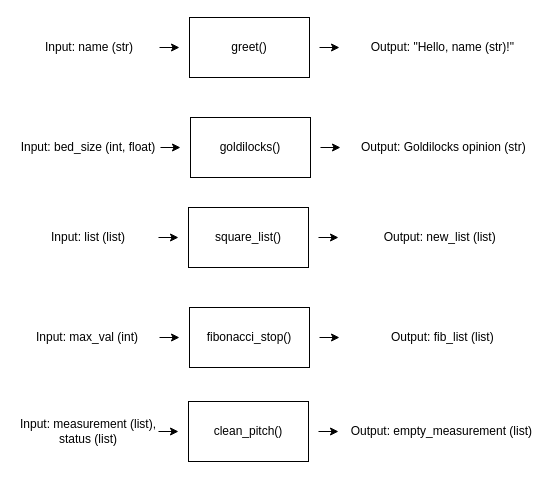
DTUWindEducation/p0-intro-team-6 keeps this draw.io diagram as preclass_assignment/FunctionDiagram.drawio. Above is the earlier version. Source tidied: cells renumbered, new cells numbered last; positions are measured from the earlier drawing's top-left corner, leaving out a move shared by most shapes. Both pictures are drawn from the tidied source at 100%, with x=0, y=0 at pixel (17, 17).
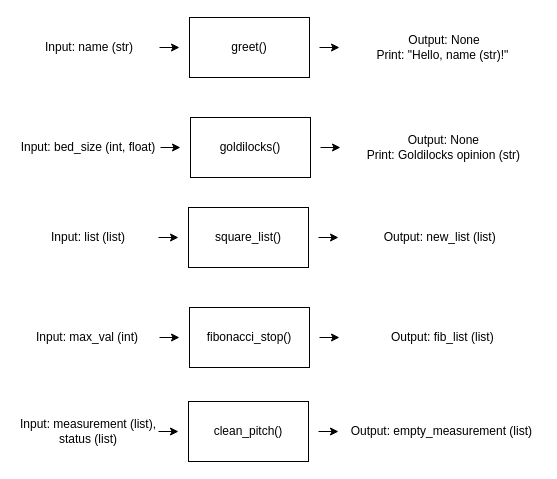
After the change.

Diff of the diagram source:
```diff
@@
-    <mxCell id="7" value="Output: &quot;Hello, name (str)!&quot;&amp;nbsp;" style="text;strokeColor=none;align=center;fillColor=none;html=1;verticalAlign=middle;whiteSpace=wrap;rounded=0;" parent="1" vertex="1">
+    <mxCell id="7" value="Output: None&lt;div&gt;Print: &quot;Hello, name (str)!&quot;&amp;nbsp;&lt;/div&gt;" style="text;strokeColor=none;align=center;fillColor=none;html=1;verticalAlign=middle;whiteSpace=wrap;rounded=0;" parent="1" vertex="1">
       <mxGeometry x="332" y="15" width="190" height="30" as="geometry" />
     </mxCell>
@@
-    <mxCell id="13" value="Output: Goldilocks opinion (str)&amp;nbsp;" style="text;strokeColor=none;align=center;fillColor=none;html=1;verticalAlign=middle;whiteSpace=wrap;rounded=0;" parent="1" vertex="1">
+    <mxCell id="13" value="Output: None&amp;nbsp;&lt;div&gt;Print: Goldilocks opinion (str)&amp;nbsp;&lt;/div&gt;" style="text;strokeColor=none;align=center;fillColor=none;html=1;verticalAlign=middle;whiteSpace=wrap;rounded=0;" parent="1" vertex="1">
       <mxGeometry x="333" y="115" width="190" height="30" as="geometry" />
     </mxCell>
```
